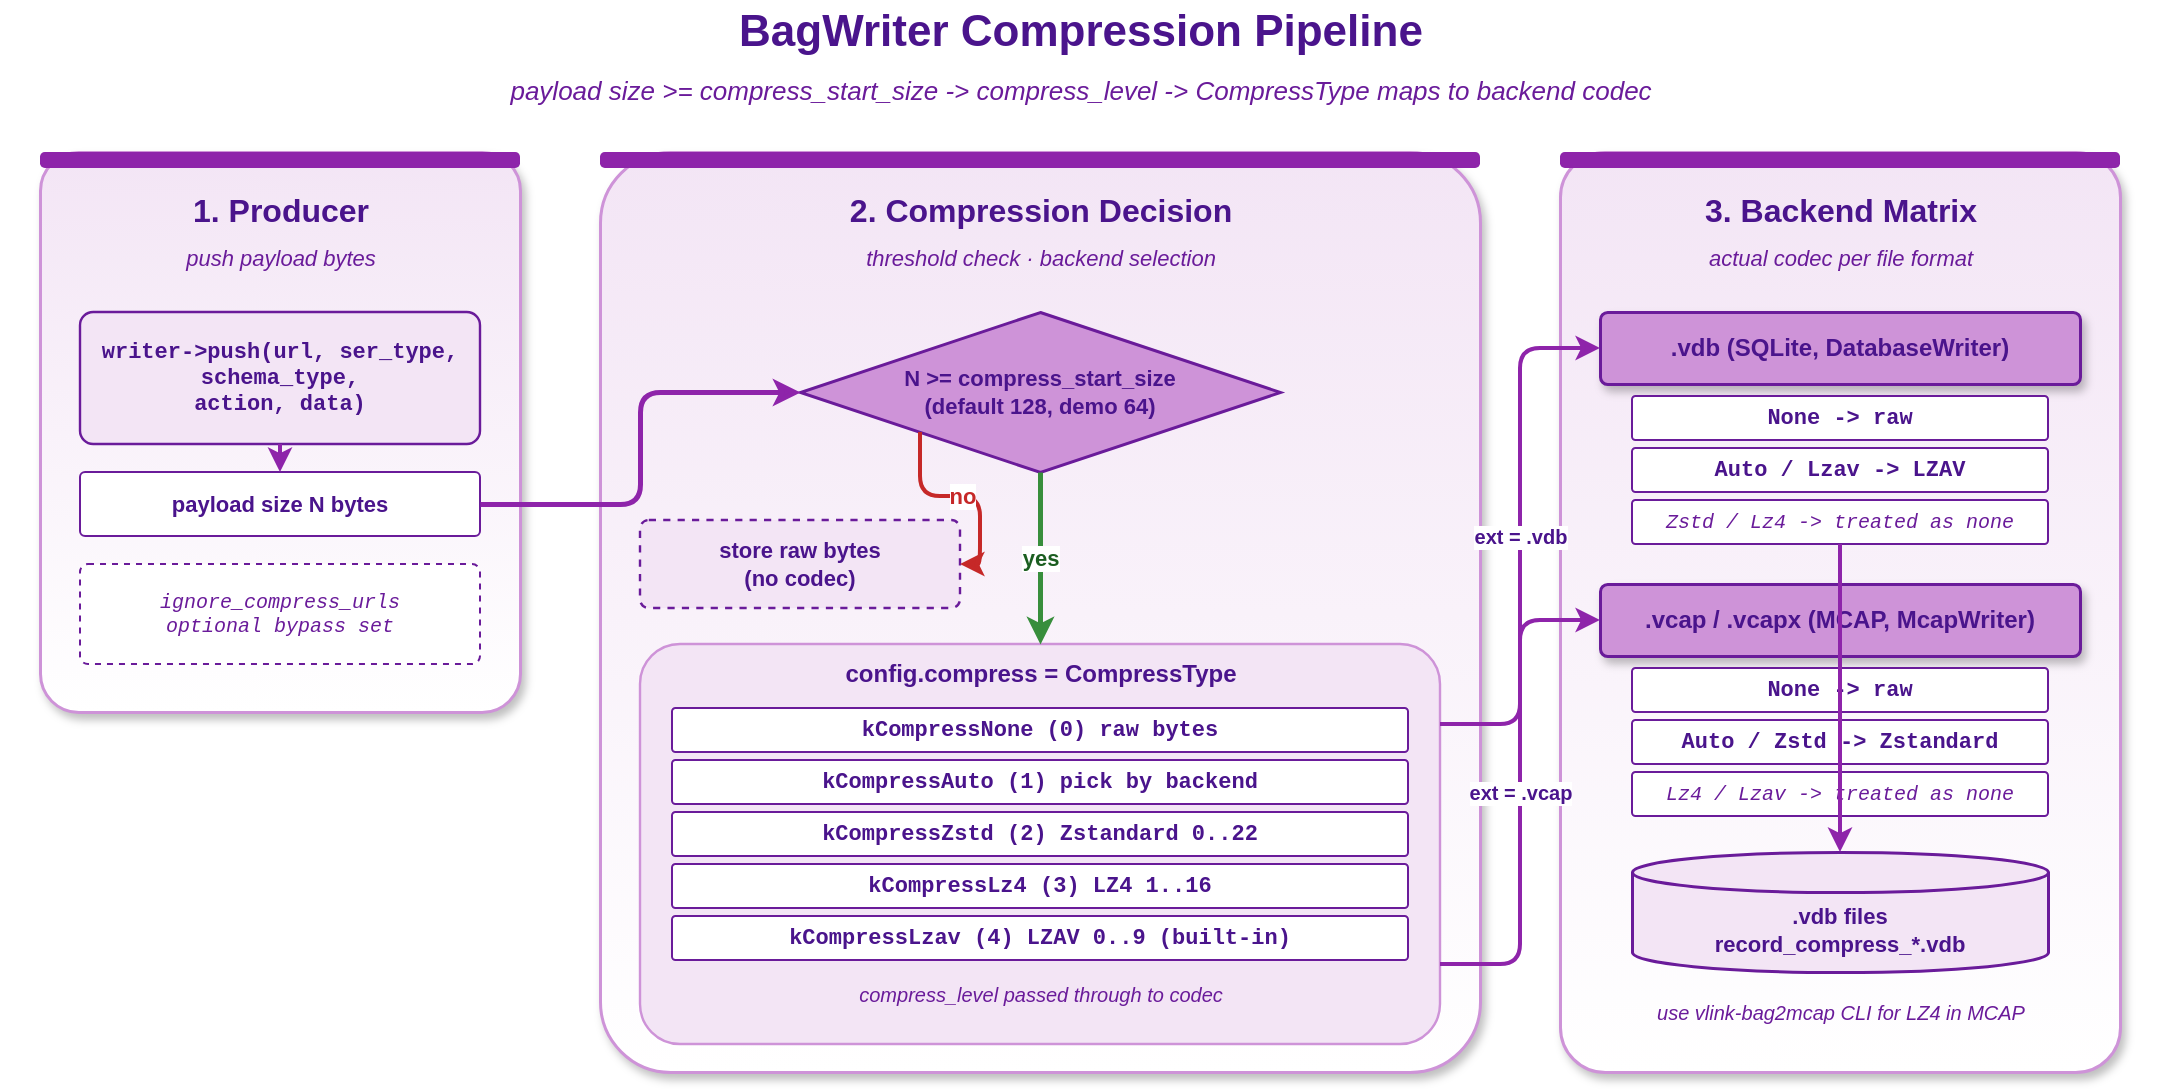
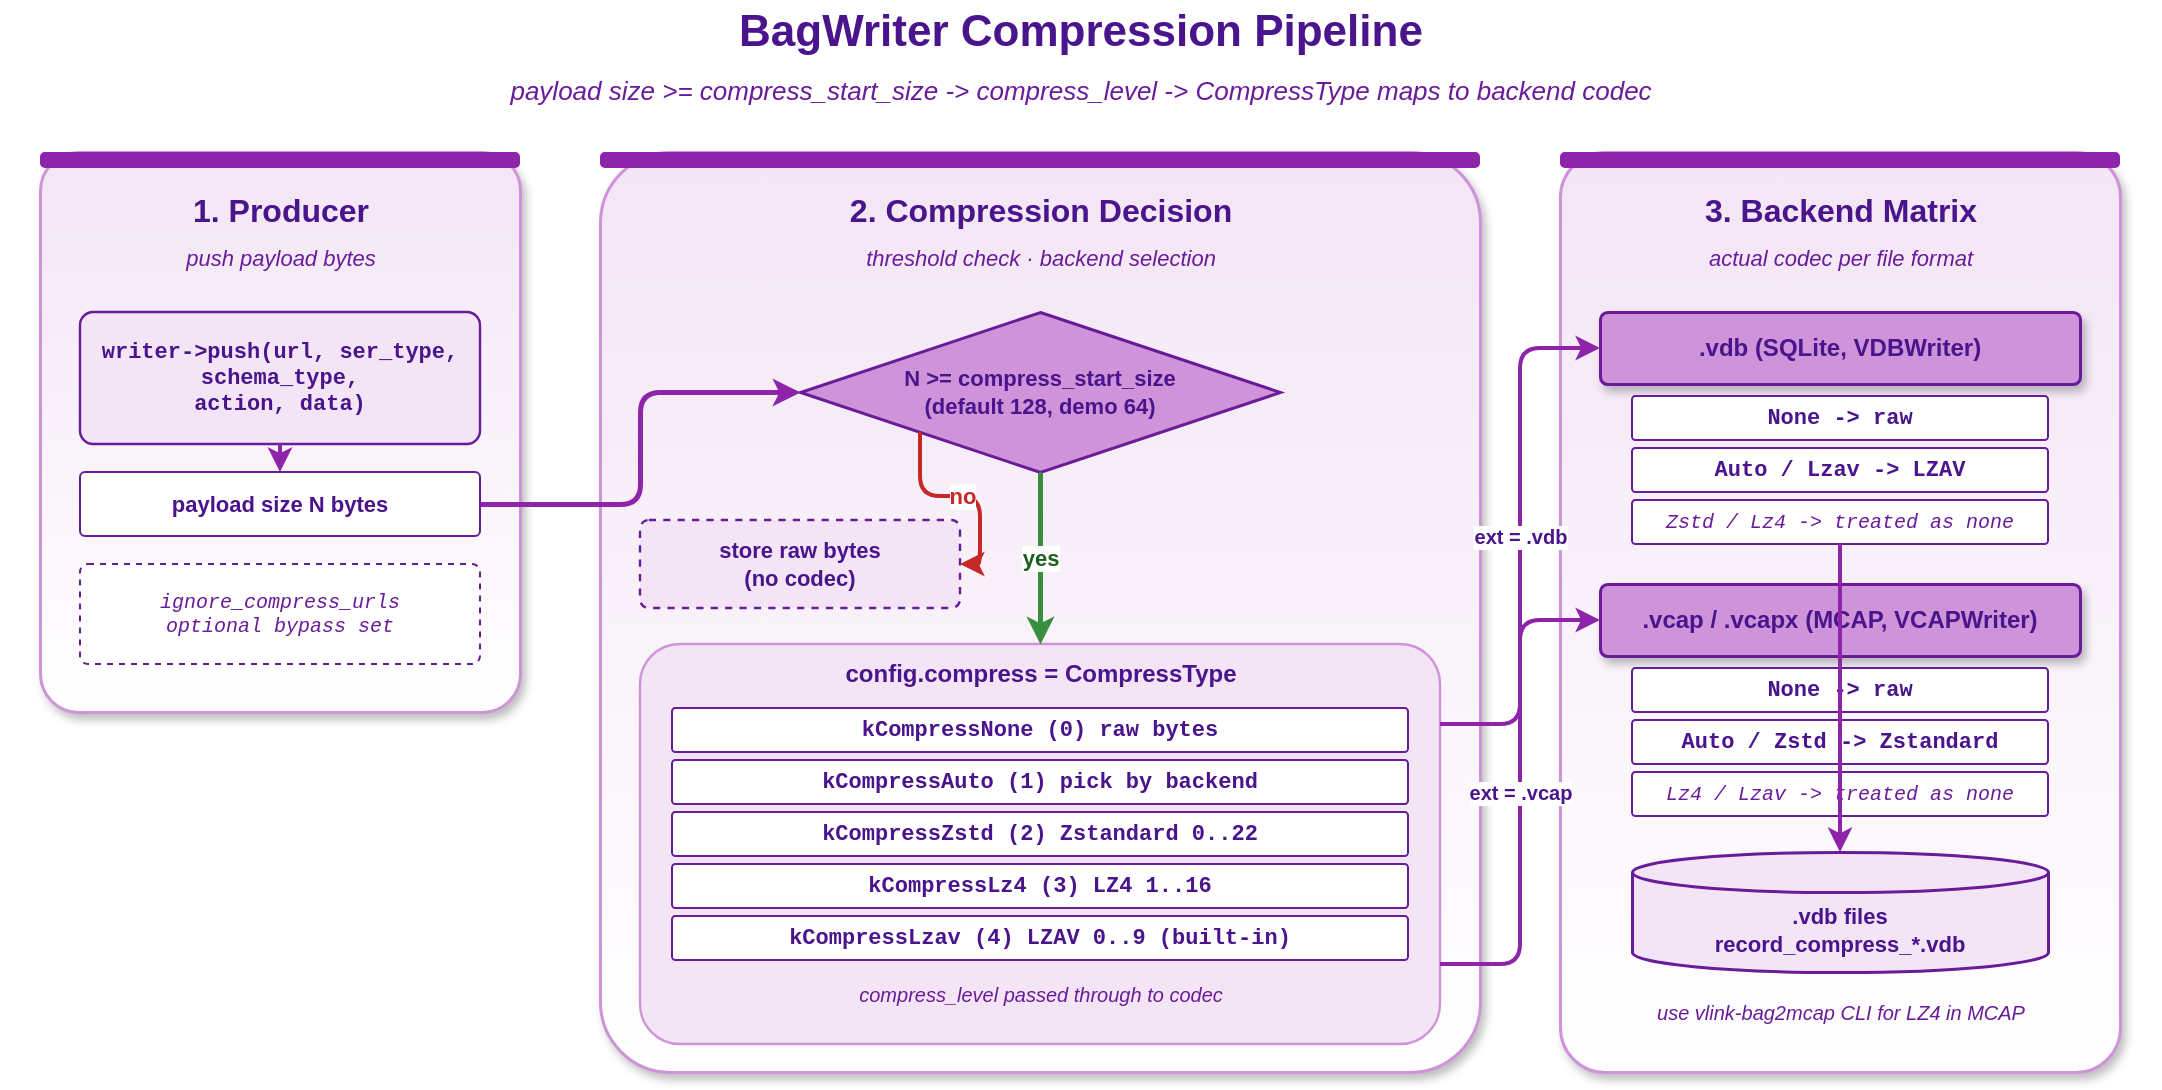
<mxfile host="app.diagrams.net" modified="2026-05-19T00:00:00.000Z" agent="Claude" version="24.0.0" type="device">
  <diagram id="compression-pipeline" name="BagWriter Compression Pipeline">
    <mxGraphModel dx="1120" dy="640" grid="0" gridSize="10" guides="1" tooltips="1" connect="1" arrows="1" fold="1" page="1" pageScale="1" pageWidth="1120" pageHeight="640" math="0" shadow="0">
      <root>
        <mxCell id="0" />
        <mxCell id="1" parent="0" />

        <mxCell id="title" value="BagWriter Compression Pipeline" style="text;html=1;align=center;verticalAlign=middle;strokeColor=none;fillColor=none;fontSize=22;fontStyle=1;fontColor=#4a148c;" vertex="1" parent="1">
          <mxGeometry x="20" y="24" width="1080" height="32" as="geometry" />
        </mxCell>
        <mxCell id="subtitle" value="payload size &gt;= compress_start_size -&gt; compress_level -&gt; CompressType maps to backend codec" style="text;html=1;align=center;verticalAlign=middle;strokeColor=none;fillColor=none;fontSize=13;fontStyle=2;fontColor=#6a1b9a;" vertex="1" parent="1">
          <mxGeometry x="20" y="58" width="1080" height="22" as="geometry" />
        </mxCell>

        <!-- Section 1: Producer -->
        <mxCell id="prod_bg" value="" style="rounded=1;whiteSpace=wrap;html=1;fillColor=#ffffff;strokeColor=#ce93d8;strokeWidth=1.5;arcSize=8;shadow=1;gradientColor=#f3e5f5;gradientDirection=north;" vertex="1" parent="1">
          <mxGeometry x="40" y="100" width="240" height="280" as="geometry" />
        </mxCell>
        <mxCell id="prod_bar" value="" style="rounded=1;whiteSpace=wrap;html=1;fillColor=#8e24aa;strokeColor=none;arcSize=30;" vertex="1" parent="1">
          <mxGeometry x="40" y="100" width="240" height="8" as="geometry" />
        </mxCell>
        <mxCell id="prod_t" value="1. Producer" style="text;html=1;align=center;verticalAlign=middle;strokeColor=none;fillColor=none;fontSize=16;fontStyle=1;fontColor=#4a148c;" vertex="1" parent="1">
          <mxGeometry x="40" y="116" width="240" height="26" as="geometry" />
        </mxCell>
        <mxCell id="prod_st" value="push payload bytes" style="text;html=1;align=center;verticalAlign=middle;strokeColor=none;fillColor=none;fontSize=11;fontStyle=2;fontColor=#6a1b9a;" vertex="1" parent="1">
          <mxGeometry x="40" y="144" width="240" height="18" as="geometry" />
        </mxCell>

        <mxCell id="prod_push" value="writer-&gt;push(url, ser_type,&#10;             schema_type,&#10;             action, data)" style="rounded=1;whiteSpace=wrap;html=1;fillColor=#f3e5f5;strokeColor=#6a1b9a;strokeWidth=1.2;arcSize=10;fontSize=11;fontFamily=Courier New;fontStyle=1;fontColor=#4a148c;" vertex="1" parent="1">
          <mxGeometry x="60" y="180" width="200" height="66" as="geometry" />
        </mxCell>
        <mxCell id="prod_size" value="payload size N bytes" style="rounded=1;whiteSpace=wrap;html=1;fillColor=#ffffff;strokeColor=#6a1b9a;strokeWidth=1;arcSize=8;fontSize=11;fontStyle=1;fontColor=#4a148c;" vertex="1" parent="1">
          <mxGeometry x="60" y="260" width="200" height="32" as="geometry" />
        </mxCell>
        <mxCell id="prod_ig" value="ignore_compress_urls&#10;optional bypass set" style="rounded=1;whiteSpace=wrap;html=1;fillColor=#ffffff;strokeColor=#6a1b9a;strokeWidth=1;arcSize=8;fontSize=10;fontFamily=Courier New;fontStyle=2;fontColor=#6a1b9a;dashed=1;" vertex="1" parent="1">
          <mxGeometry x="60" y="306" width="200" height="50" as="geometry" />
        </mxCell>

        <!-- Section 2: Threshold + codec dispatch -->
        <mxCell id="disp_bg" value="" style="rounded=1;whiteSpace=wrap;html=1;fillColor=#ffffff;strokeColor=#ce93d8;strokeWidth=1.5;arcSize=8;shadow=1;gradientColor=#f3e5f5;gradientDirection=north;" vertex="1" parent="1">
          <mxGeometry x="320" y="100" width="440" height="460" as="geometry" />
        </mxCell>
        <mxCell id="disp_bar" value="" style="rounded=1;whiteSpace=wrap;html=1;fillColor=#8e24aa;strokeColor=none;arcSize=30;" vertex="1" parent="1">
          <mxGeometry x="320" y="100" width="440" height="8" as="geometry" />
        </mxCell>
        <mxCell id="disp_t" value="2. Compression Decision" style="text;html=1;align=center;verticalAlign=middle;strokeColor=none;fillColor=none;fontSize=16;fontStyle=1;fontColor=#4a148c;" vertex="1" parent="1">
          <mxGeometry x="320" y="116" width="440" height="26" as="geometry" />
        </mxCell>
        <mxCell id="disp_st" value="threshold check &#183; backend selection" style="text;html=1;align=center;verticalAlign=middle;strokeColor=none;fillColor=none;fontSize=11;fontStyle=2;fontColor=#6a1b9a;" vertex="1" parent="1">
          <mxGeometry x="320" y="144" width="440" height="18" as="geometry" />
        </mxCell>

        <mxCell id="thr_diam" value="N &gt;= compress_start_size&#10;(default 128, demo 64)" style="rhombus;whiteSpace=wrap;html=1;fillColor=#ce93d8;strokeColor=#6a1b9a;strokeWidth=1.5;fontSize=11;fontStyle=1;fontColor=#4a148c;" vertex="1" parent="1">
          <mxGeometry x="420" y="180" width="240" height="80" as="geometry" />
        </mxCell>

        <mxCell id="bypass" value="store raw bytes&#10;(no codec)" style="rounded=1;whiteSpace=wrap;html=1;fillColor=#f3e5f5;strokeColor=#6a1b9a;strokeWidth=1.2;arcSize=10;fontSize=11;fontStyle=1;fontColor=#4a148c;dashed=1;" vertex="1" parent="1">
          <mxGeometry x="340" y="284" width="160" height="44" as="geometry" />
        </mxCell>

        <mxCell id="enum_box" value="" style="rounded=1;whiteSpace=wrap;html=1;fillColor=#f3e5f5;strokeColor=#ce93d8;strokeWidth=1.2;arcSize=10;" vertex="1" parent="1">
          <mxGeometry x="340" y="346" width="400" height="200" as="geometry" />
        </mxCell>
        <mxCell id="enum_t" value="config.compress = CompressType" style="text;html=1;align=center;verticalAlign=middle;strokeColor=none;fillColor=none;fontSize=12;fontStyle=1;fontColor=#4a148c;" vertex="1" parent="1">
          <mxGeometry x="340" y="350" width="400" height="22" as="geometry" />
        </mxCell>

        <mxCell id="enum_none" value="kCompressNone  (0)   raw bytes" style="rounded=1;whiteSpace=wrap;html=1;fillColor=#ffffff;strokeColor=#6a1b9a;strokeWidth=1;arcSize=8;fontSize=11;fontFamily=Courier New;fontStyle=1;fontColor=#4a148c;" vertex="1" parent="1">
          <mxGeometry x="356" y="378" width="368" height="22" as="geometry" />
        </mxCell>
        <mxCell id="enum_auto" value="kCompressAuto  (1)   pick by backend" style="rounded=1;whiteSpace=wrap;html=1;fillColor=#ffffff;strokeColor=#6a1b9a;strokeWidth=1;arcSize=8;fontSize=11;fontFamily=Courier New;fontStyle=1;fontColor=#4a148c;" vertex="1" parent="1">
          <mxGeometry x="356" y="404" width="368" height="22" as="geometry" />
        </mxCell>
        <mxCell id="enum_zstd" value="kCompressZstd  (2)   Zstandard 0..22" style="rounded=1;whiteSpace=wrap;html=1;fillColor=#ffffff;strokeColor=#6a1b9a;strokeWidth=1;arcSize=8;fontSize=11;fontFamily=Courier New;fontStyle=1;fontColor=#4a148c;" vertex="1" parent="1">
          <mxGeometry x="356" y="430" width="368" height="22" as="geometry" />
        </mxCell>
        <mxCell id="enum_lz4" value="kCompressLz4   (3)   LZ4 1..16" style="rounded=1;whiteSpace=wrap;html=1;fillColor=#ffffff;strokeColor=#6a1b9a;strokeWidth=1;arcSize=8;fontSize=11;fontFamily=Courier New;fontStyle=1;fontColor=#4a148c;" vertex="1" parent="1">
          <mxGeometry x="356" y="456" width="368" height="22" as="geometry" />
        </mxCell>
        <mxCell id="enum_lzav" value="kCompressLzav  (4)   LZAV 0..9 (built-in)" style="rounded=1;whiteSpace=wrap;html=1;fillColor=#ffffff;strokeColor=#6a1b9a;strokeWidth=1;arcSize=8;fontSize=11;fontFamily=Courier New;fontStyle=1;fontColor=#4a148c;" vertex="1" parent="1">
          <mxGeometry x="356" y="482" width="368" height="22" as="geometry" />
        </mxCell>
        <mxCell id="enum_level" value="compress_level passed through to codec" style="text;html=1;align=center;verticalAlign=middle;strokeColor=none;fillColor=none;fontSize=10;fontStyle=2;fontColor=#6a1b9a;" vertex="1" parent="1">
          <mxGeometry x="356" y="510" width="368" height="22" as="geometry" />
        </mxCell>

        <!-- Section 3: Backend matrix + files -->
        <mxCell id="bk_bg" value="" style="rounded=1;whiteSpace=wrap;html=1;fillColor=#ffffff;strokeColor=#ce93d8;strokeWidth=1.5;arcSize=8;shadow=1;gradientColor=#f3e5f5;gradientDirection=north;" vertex="1" parent="1">
          <mxGeometry x="800" y="100" width="280" height="460" as="geometry" />
        </mxCell>
        <mxCell id="bk_bar" value="" style="rounded=1;whiteSpace=wrap;html=1;fillColor=#8e24aa;strokeColor=none;arcSize=30;" vertex="1" parent="1">
          <mxGeometry x="800" y="100" width="280" height="8" as="geometry" />
        </mxCell>
        <mxCell id="bk_t" value="3. Backend Matrix" style="text;html=1;align=center;verticalAlign=middle;strokeColor=none;fillColor=none;fontSize=16;fontStyle=1;fontColor=#4a148c;" vertex="1" parent="1">
          <mxGeometry x="800" y="116" width="280" height="26" as="geometry" />
        </mxCell>
        <mxCell id="bk_st" value="actual codec per file format" style="text;html=1;align=center;verticalAlign=middle;strokeColor=none;fillColor=none;fontSize=11;fontStyle=2;fontColor=#6a1b9a;" vertex="1" parent="1">
          <mxGeometry x="800" y="144" width="280" height="18" as="geometry" />
        </mxCell>

-         <mxCell id="bk_db" value=".vdb (SQLite, DatabaseWriter)" style="rounded=1;whiteSpace=wrap;html=1;fillColor=#ce93d8;strokeColor=#6a1b9a;strokeWidth=1.5;arcSize=10;fontSize=12;fontStyle=1;fontColor=#4a148c;shadow=1;" vertex="1" parent="1">
+         <mxCell id="bk_db" value=".vdb (SQLite, VDBWriter)" style="rounded=1;whiteSpace=wrap;html=1;fillColor=#ce93d8;strokeColor=#6a1b9a;strokeWidth=1.5;arcSize=10;fontSize=12;fontStyle=1;fontColor=#4a148c;shadow=1;" vertex="1" parent="1">
          <mxGeometry x="820" y="180" width="240" height="36" as="geometry" />
        </mxCell>
        <mxCell id="bk_db_n" value="None  -&gt; raw" style="rounded=1;whiteSpace=wrap;html=1;fillColor=#ffffff;strokeColor=#6a1b9a;strokeWidth=1;arcSize=8;fontSize=11;fontFamily=Courier New;fontStyle=1;fontColor=#4a148c;" vertex="1" parent="1">
          <mxGeometry x="836" y="222" width="208" height="22" as="geometry" />
        </mxCell>
        <mxCell id="bk_db_a" value="Auto / Lzav  -&gt; LZAV" style="rounded=1;whiteSpace=wrap;html=1;fillColor=#ffffff;strokeColor=#6a1b9a;strokeWidth=1;arcSize=8;fontSize=11;fontFamily=Courier New;fontStyle=1;fontColor=#4a148c;" vertex="1" parent="1">
          <mxGeometry x="836" y="248" width="208" height="22" as="geometry" />
        </mxCell>
        <mxCell id="bk_db_z" value="Zstd / Lz4  -&gt; treated as none" style="rounded=1;whiteSpace=wrap;html=1;fillColor=#ffffff;strokeColor=#6a1b9a;strokeWidth=1;arcSize=8;fontSize=10;fontFamily=Courier New;fontStyle=2;fontColor=#6a1b9a;" vertex="1" parent="1">
          <mxGeometry x="836" y="274" width="208" height="22" as="geometry" />
        </mxCell>

-         <mxCell id="bk_mcap" value=".vcap / .vcapx (MCAP, McapWriter)" style="rounded=1;whiteSpace=wrap;html=1;fillColor=#ce93d8;strokeColor=#6a1b9a;strokeWidth=1.5;arcSize=10;fontSize=12;fontStyle=1;fontColor=#4a148c;shadow=1;" vertex="1" parent="1">
+         <mxCell id="bk_mcap" value=".vcap / .vcapx (MCAP, VCAPWriter)" style="rounded=1;whiteSpace=wrap;html=1;fillColor=#ce93d8;strokeColor=#6a1b9a;strokeWidth=1.5;arcSize=10;fontSize=12;fontStyle=1;fontColor=#4a148c;shadow=1;" vertex="1" parent="1">
          <mxGeometry x="820" y="316" width="240" height="36" as="geometry" />
        </mxCell>
        <mxCell id="bk_mcap_n" value="None  -&gt; raw" style="rounded=1;whiteSpace=wrap;html=1;fillColor=#ffffff;strokeColor=#6a1b9a;strokeWidth=1;arcSize=8;fontSize=11;fontFamily=Courier New;fontStyle=1;fontColor=#4a148c;" vertex="1" parent="1">
          <mxGeometry x="836" y="358" width="208" height="22" as="geometry" />
        </mxCell>
        <mxCell id="bk_mcap_z" value="Auto / Zstd  -&gt; Zstandard" style="rounded=1;whiteSpace=wrap;html=1;fillColor=#ffffff;strokeColor=#6a1b9a;strokeWidth=1;arcSize=8;fontSize=11;fontFamily=Courier New;fontStyle=1;fontColor=#4a148c;" vertex="1" parent="1">
          <mxGeometry x="836" y="384" width="208" height="22" as="geometry" />
        </mxCell>
        <mxCell id="bk_mcap_l" value="Lz4 / Lzav  -&gt; treated as none" style="rounded=1;whiteSpace=wrap;html=1;fillColor=#ffffff;strokeColor=#6a1b9a;strokeWidth=1;arcSize=8;fontSize=10;fontFamily=Courier New;fontStyle=2;fontColor=#6a1b9a;" vertex="1" parent="1">
          <mxGeometry x="836" y="410" width="208" height="22" as="geometry" />
        </mxCell>

        <mxCell id="bk_files" value=".vdb files&#10;record_compress_*.vdb" style="shape=cylinder3;whiteSpace=wrap;html=1;boundedLbl=1;backgroundOutline=1;size=10;fillColor=#f3e5f5;strokeColor=#6a1b9a;strokeWidth=1.5;fontSize=11;fontStyle=1;fontColor=#4a148c;" vertex="1" parent="1">
          <mxGeometry x="836" y="450" width="208" height="60" as="geometry" />
        </mxCell>
        <mxCell id="bk_note" value="use vlink-bag2mcap CLI for LZ4 in MCAP" style="text;html=1;align=center;verticalAlign=middle;strokeColor=none;fillColor=none;fontSize=10;fontStyle=2;fontColor=#6a1b9a;" vertex="1" parent="1">
          <mxGeometry x="820" y="520" width="240" height="20" as="geometry" />
        </mxCell>

        <!-- Arrows -->
        <mxCell id="a_push_size" value="" style="endArrow=classic;endFill=1;html=1;strokeWidth=2;strokeColor=#8e24aa;rounded=1;exitX=0.5;exitY=1;entryX=0.5;entryY=0;" edge="1" parent="1" source="prod_push" target="prod_size">
          <mxGeometry relative="1" as="geometry" />
        </mxCell>
        <mxCell id="a_size_thr" value="" style="endArrow=classic;endFill=1;html=1;strokeWidth=2.5;strokeColor=#8e24aa;rounded=1;edgeStyle=orthogonalEdgeStyle;exitX=1;exitY=0.5;entryX=0;entryY=0.5;" edge="1" parent="1" source="prod_size" target="thr_diam">
          <mxGeometry relative="1" as="geometry" />
        </mxCell>
        <mxCell id="a_thr_bypass" value="no" style="endArrow=classic;endFill=1;html=1;strokeWidth=2;strokeColor=#c62828;fontSize=11;fontStyle=1;fontColor=#c62828;labelBackgroundColor=#ffffff;rounded=1;edgeStyle=orthogonalEdgeStyle;exitX=0;exitY=1;entryX=1;entryY=0.5;" edge="1" parent="1" source="thr_diam" target="bypass">
          <mxGeometry relative="1" as="geometry" />
        </mxCell>
        <mxCell id="a_thr_enum" value="yes" style="endArrow=classic;endFill=1;html=1;strokeWidth=2.5;strokeColor=#388e3c;fontSize=11;fontStyle=1;fontColor=#1b5e20;labelBackgroundColor=#ffffff;rounded=1;edgeStyle=orthogonalEdgeStyle;exitX=0.5;exitY=1;entryX=0.5;entryY=0;" edge="1" parent="1" source="thr_diam" target="enum_box">
          <mxGeometry relative="1" as="geometry" />
        </mxCell>
        <mxCell id="a_enum_db" value="ext = .vdb" style="endArrow=classic;endFill=1;html=1;strokeWidth=2;strokeColor=#8e24aa;fontSize=10;fontStyle=1;fontColor=#4a148c;labelBackgroundColor=#ffffff;rounded=1;edgeStyle=orthogonalEdgeStyle;exitX=1;exitY=0.2;entryX=0;entryY=0.5;" edge="1" parent="1" source="enum_box" target="bk_db">
          <mxGeometry relative="1" as="geometry" />
        </mxCell>
        <mxCell id="a_enum_mcap" value="ext = .vcap" style="endArrow=classic;endFill=1;html=1;strokeWidth=2;strokeColor=#8e24aa;fontSize=10;fontStyle=1;fontColor=#4a148c;labelBackgroundColor=#ffffff;rounded=1;edgeStyle=orthogonalEdgeStyle;exitX=1;exitY=0.8;entryX=0;entryY=0.5;" edge="1" parent="1" source="enum_box" target="bk_mcap">
          <mxGeometry relative="1" as="geometry" />
        </mxCell>
        <mxCell id="a_db_files" value="" style="endArrow=classic;endFill=1;html=1;strokeWidth=2;strokeColor=#8e24aa;rounded=1;edgeStyle=orthogonalEdgeStyle;exitX=0.5;exitY=1;entryX=0.5;entryY=0;" edge="1" parent="1" source="bk_db_z" target="bk_files">
          <mxGeometry relative="1" as="geometry" />
        </mxCell>

      </root>
    </mxGraphModel>
  </diagram>
</mxfile>
